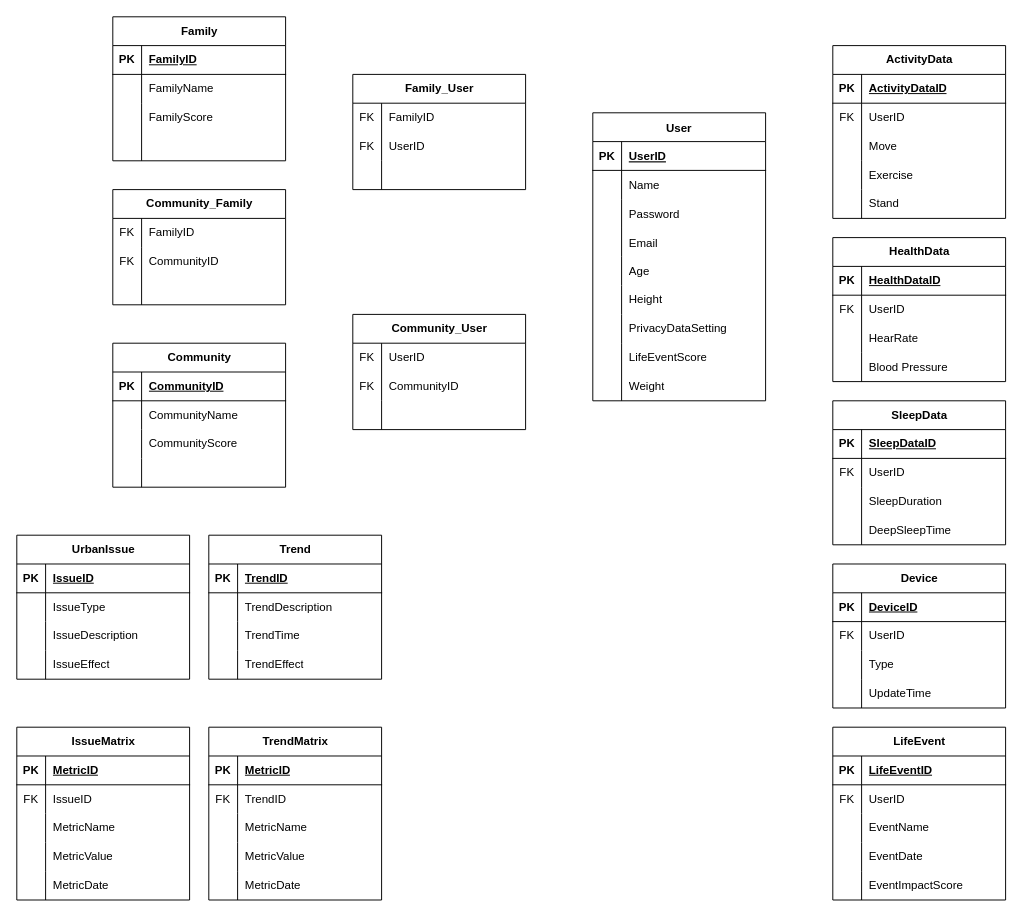
The draw.io diagram 1/INFO 5100/Asmts/Group Assignment 1/Deliverables/Database Schema.drawio in yfeng445/NEU, before the edit. Source tidied: cells renumbered, new cells numbered last; positions are measured from the earlier drawing's top-left corner, leaving out a move shared by most shapes. Both pictures are drawn from the tidied source at 96%, with x=0, y=0 at pixel (16, 16).
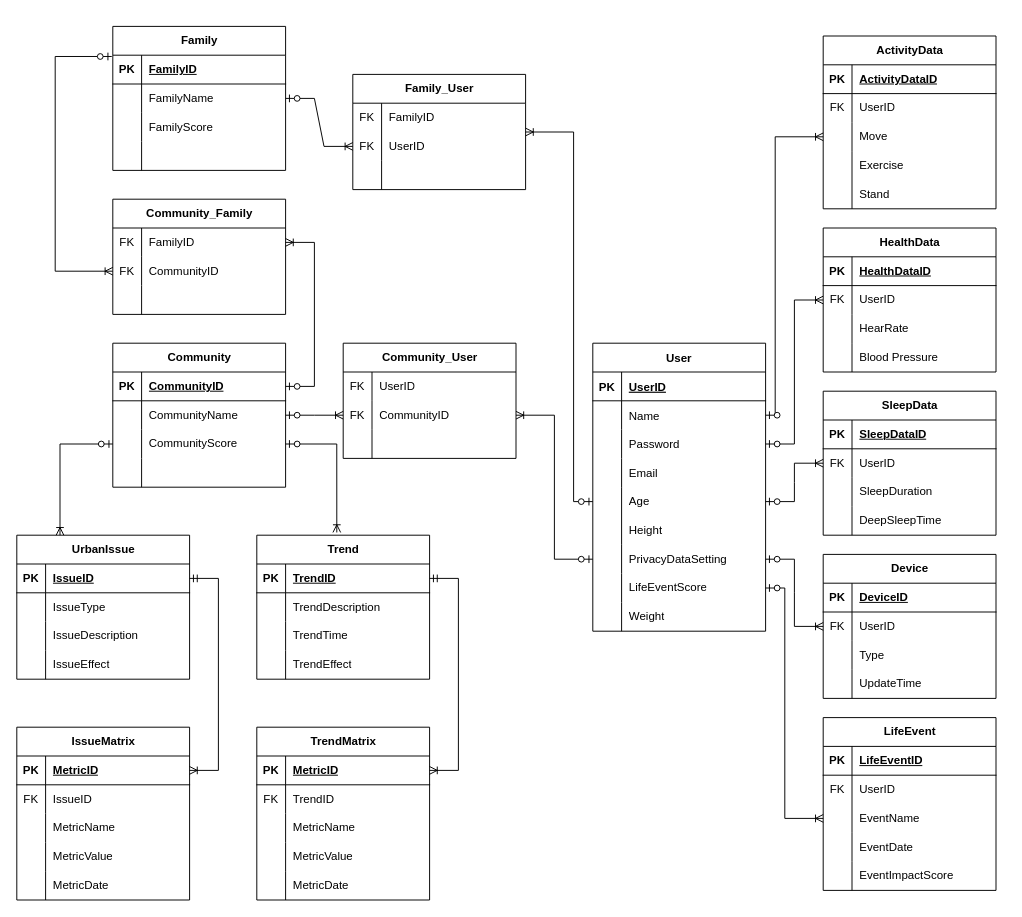
Above is the later version.

Unchanged cells that the change refers to:
```xml
<mxCell id="6" style="shape=tableRow;horizontal=0;startSize=0;swimlaneHead=0;swimlaneBody=0;fillColor=none;points=[[0,0.5],[1,0.5]];portConstraint=eastwest;top=0;left=0;right=0;bottom=0;" parent="2" vertex="1">
  <mxGeometry y="60" width="180" height="30" as="geometry" />
</mxCell>
<mxCell id="9" style="shape=tableRow;horizontal=0;startSize=0;swimlaneHead=0;swimlaneBody=0;fillColor=none;points=[[0,0.5],[1,0.5]];portConstraint=eastwest;top=0;left=0;right=0;bottom=0;" parent="2" vertex="1">
  <mxGeometry y="90" width="180" height="30" as="geometry" />
</mxCell>
<mxCell id="15" style="shape=tableRow;horizontal=0;startSize=0;swimlaneHead=0;swimlaneBody=0;fillColor=none;points=[[0,0.5],[1,0.5]];portConstraint=eastwest;top=0;left=0;right=0;bottom=0;" parent="2" vertex="1">
  <mxGeometry y="150" width="180" height="30" as="geometry" />
</mxCell>
<mxCell id="21" style="shape=tableRow;horizontal=0;startSize=0;swimlaneHead=0;swimlaneBody=0;fillColor=none;points=[[0,0.5],[1,0.5]];portConstraint=eastwest;top=0;left=0;right=0;bottom=0;" parent="2" vertex="1">
  <mxGeometry y="210" width="180" height="30" as="geometry" />
</mxCell>
<mxCell id="24" style="shape=tableRow;horizontal=0;startSize=0;swimlaneHead=0;swimlaneBody=0;fillColor=none;points=[[0,0.5],[1,0.5]];portConstraint=eastwest;top=0;left=0;right=0;bottom=0;" parent="2" vertex="1">
  <mxGeometry y="240" width="180" height="30" as="geometry" />
</mxCell>
<mxCell id="34" style="shape=tableRow;horizontal=0;startSize=0;swimlaneHead=0;swimlaneBody=0;fillColor=none;points=[[0,0.5],[1,0.5]];portConstraint=eastwest;top=0;left=0;right=0;bottom=0;" parent="30" vertex="1">
  <mxGeometry y="60" width="180" height="30" as="geometry" />
</mxCell>
<mxCell id="44" style="shape=tableRow;horizontal=0;startSize=0;swimlaneHead=0;swimlaneBody=0;fillColor=none;points=[[0,0.5],[1,0.5]];portConstraint=eastwest;top=0;left=0;right=0;bottom=1;" parent="43" vertex="1">
  <mxGeometry y="30" width="180" height="30" as="geometry" />
</mxCell>
<mxCell id="47" style="shape=tableRow;horizontal=0;startSize=0;swimlaneHead=0;swimlaneBody=0;fillColor=none;points=[[0,0.5],[1,0.5]];portConstraint=eastwest;top=0;left=0;right=0;bottom=0;" parent="43" vertex="1">
  <mxGeometry y="60" width="180" height="30" as="geometry" />
</mxCell>
<mxCell id="50" style="shape=tableRow;horizontal=0;startSize=0;swimlaneHead=0;swimlaneBody=0;fillColor=none;points=[[0,0.5],[1,0.5]];portConstraint=eastwest;top=0;left=0;right=0;bottom=0;" parent="43" vertex="1">
  <mxGeometry y="90" width="180" height="30" as="geometry" />
</mxCell>
<mxCell id="56" value="UrbanIssue" style="shape=table;startSize=30;childLayout=tableLayout;rowLines=0;fontStyle=1;align=center;html=1;" parent="1" vertex="1">
  <mxGeometry y="540" width="180" height="150" as="geometry" />
</mxCell>
<mxCell id="57" style="shape=tableRow;horizontal=0;startSize=0;swimlaneHead=0;swimlaneBody=0;fillColor=none;points=[[0,0.5],[1,0.5]];portConstraint=eastwest;top=0;left=0;right=0;bottom=1;" parent="56" vertex="1">
  <mxGeometry y="30" width="180" height="30" as="geometry" />
</mxCell>
<mxCell id="70" style="shape=tableRow;horizontal=0;startSize=0;swimlaneHead=0;swimlaneBody=0;fillColor=none;points=[[0,0.5],[1,0.5]];portConstraint=eastwest;top=0;left=0;right=0;bottom=1;" parent="69" vertex="1">
  <mxGeometry y="30" width="180" height="30" as="geometry" />
</mxCell>
<mxCell id="83" style="shape=tableRow;horizontal=0;startSize=0;swimlaneHead=0;swimlaneBody=0;fillColor=none;points=[[0,0.5],[1,0.5]];portConstraint=eastwest;top=0;left=0;right=0;bottom=1;" parent="82" vertex="1">
  <mxGeometry y="30" width="180" height="30" as="geometry" />
</mxCell>
<mxCell id="99" style="shape=tableRow;horizontal=0;startSize=0;swimlaneHead=0;swimlaneBody=0;fillColor=none;points=[[0,0.5],[1,0.5]];portConstraint=eastwest;top=0;left=0;right=0;bottom=1;" parent="98" vertex="1">
  <mxGeometry y="30" width="180" height="30" as="geometry" />
</mxCell>
<mxCell id="121" style="shape=tableRow;horizontal=0;startSize=0;swimlaneHead=0;swimlaneBody=0;fillColor=none;points=[[0,0.5],[1,0.5]];portConstraint=eastwest;top=0;left=0;right=0;bottom=0;" parent="114" vertex="1">
  <mxGeometry y="90" width="180" height="30" as="geometry" />
</mxCell>
<mxCell id="134" style="shape=tableRow;horizontal=0;startSize=0;swimlaneHead=0;swimlaneBody=0;fillColor=none;points=[[0,0.5],[1,0.5]];portConstraint=eastwest;top=0;left=0;right=0;bottom=0;" parent="130" vertex="1">
  <mxGeometry y="60" width="180" height="30" as="geometry" />
</mxCell>
<mxCell id="147" style="shape=tableRow;horizontal=0;startSize=0;swimlaneHead=0;swimlaneBody=0;fillColor=none;points=[[0,0.5],[1,0.5]];portConstraint=eastwest;top=0;left=0;right=0;bottom=0;" parent="143" vertex="1">
  <mxGeometry y="60" width="180" height="30" as="geometry" />
</mxCell>
<mxCell id="160" style="shape=tableRow;horizontal=0;startSize=0;swimlaneHead=0;swimlaneBody=0;fillColor=none;points=[[0,0.5],[1,0.5]];portConstraint=eastwest;top=0;left=0;right=0;bottom=0;" parent="156" vertex="1">
  <mxGeometry y="60" width="180" height="30" as="geometry" />
</mxCell>
<mxCell id="176" style="shape=tableRow;horizontal=0;startSize=0;swimlaneHead=0;swimlaneBody=0;fillColor=none;points=[[0,0.5],[1,0.5]];portConstraint=eastwest;top=0;left=0;right=0;bottom=0;" parent="169" vertex="1">
  <mxGeometry y="90" width="180" height="30" as="geometry" />
</mxCell>
<mxCell id="185" value="Family_User" style="shape=table;startSize=30;childLayout=tableLayout;rowLines=0;fontStyle=1;align=center;html=1;" parent="1" vertex="1">
  <mxGeometry x="350" y="60" width="180" height="120" as="geometry" />
</mxCell>
<mxCell id="189" style="shape=tableRow;horizontal=0;startSize=0;swimlaneHead=0;swimlaneBody=0;fillColor=none;points=[[0,0.5],[1,0.5]];portConstraint=eastwest;top=0;left=0;right=0;bottom=0;" parent="185" vertex="1">
  <mxGeometry y="60" width="180" height="30" as="geometry" />
</mxCell>
<mxCell id="196" style="shape=tableRow;horizontal=0;startSize=0;swimlaneHead=0;swimlaneBody=0;fillColor=none;points=[[0,0.5],[1,0.5]];portConstraint=eastwest;top=0;left=0;right=0;bottom=0;" parent="195" vertex="1">
  <mxGeometry y="30" width="180" height="30" as="geometry" />
</mxCell>
<mxCell id="199" style="shape=tableRow;horizontal=0;startSize=0;swimlaneHead=0;swimlaneBody=0;fillColor=none;points=[[0,0.5],[1,0.5]];portConstraint=eastwest;top=0;left=0;right=0;bottom=0;" parent="195" vertex="1">
  <mxGeometry y="60" width="180" height="30" as="geometry" />
</mxCell>
<mxCell id="209" style="shape=tableRow;horizontal=0;startSize=0;swimlaneHead=0;swimlaneBody=0;fillColor=none;points=[[0,0.5],[1,0.5]];portConstraint=eastwest;top=0;left=0;right=0;bottom=0;" parent="205" vertex="1">
  <mxGeometry y="60" width="180" height="30" as="geometry" />
</mxCell>
```

Diff of the diagram source:
```diff
@@
     <mxCell id="2" value="User" style="shape=table;startSize=30;childLayout=tableLayout;rowLines=0;fontStyle=1;align=center;" parent="1" vertex="1">
-      <mxGeometry x="600" y="100" width="180" height="300" as="geometry" />
+      <mxGeometry x="600" y="340" width="180" height="300" as="geometry" />
     </mxCell>
@@
     <mxCell id="30" value="Family" style="shape=table;startSize=30;childLayout=tableLayout;rowLines=0;fontStyle=1;align=center;html=1;" parent="1" vertex="1">
-      <mxGeometry x="100" width="180" height="150" as="geometry" />
+      <mxGeometry x="100" y="10" width="180" height="150" as="geometry" />
     </mxCell>
@@
     <mxCell id="69" value="Trend" style="shape=table;startSize=30;childLayout=tableLayout;rowLines=0;fontStyle=1;align=center;html=1;" parent="1" vertex="1">
-      <mxGeometry x="200" y="540" width="180" height="150" as="geometry" />
+      <mxGeometry x="250" y="540" width="180" height="150" as="geometry" />
     </mxCell>
@@
     <mxCell id="98" value="TrendMatrix" style="shape=table;startSize=30;childLayout=tableLayout;rowLines=0;fontStyle=1;align=center;html=1;" parent="1" vertex="1">
-      <mxGeometry x="200" y="740" width="180" height="180" as="geometry" />
+      <mxGeometry x="250" y="740" width="180" height="180" as="geometry" />
     </mxCell>
@@
     <mxCell id="114" value="ActivityData" style="shape=table;startSize=30;childLayout=tableLayout;rowLines=0;fontStyle=1;align=center;html=1;" parent="1" vertex="1">
-      <mxGeometry x="850" y="30" width="180" height="180" as="geometry" />
+      <mxGeometry x="840" y="20" width="180" height="180" as="geometry" />
     </mxCell>
@@
     <mxCell id="130" value="HealthData" style="shape=table;startSize=30;childLayout=tableLayout;rowLines=0;fontStyle=1;align=center;html=1;" parent="1" vertex="1">
-      <mxGeometry x="850" y="230" width="180" height="150" as="geometry" />
+      <mxGeometry x="840" y="220" width="180" height="150" as="geometry" />
     </mxCell>
@@
     <mxCell id="143" value="SleepData" style="shape=table;startSize=30;childLayout=tableLayout;rowLines=0;fontStyle=1;align=center;html=1;" parent="1" vertex="1">
-      <mxGeometry x="850" y="400" width="180" height="150" as="geometry" />
+      <mxGeometry x="840" y="390" width="180" height="150" as="geometry" />
     </mxCell>
@@
     <mxCell id="156" value="Device" style="shape=table;startSize=30;childLayout=tableLayout;rowLines=0;fontStyle=1;align=center;html=1;" parent="1" vertex="1">
-      <mxGeometry x="850" y="570" width="180" height="150" as="geometry" />
+      <mxGeometry x="840" y="560" width="180" height="150" as="geometry" />
     </mxCell>
@@
     <mxCell id="169" value="LifeEvent" style="shape=table;startSize=30;childLayout=tableLayout;rowLines=0;fontStyle=1;align=center;html=1;" parent="1" vertex="1">
-      <mxGeometry x="850" y="740" width="180" height="180" as="geometry" />
+      <mxGeometry x="840" y="730" width="180" height="180" as="geometry" />
     </mxCell>
@@
     <mxCell id="195" value="Community_&lt;span style=&quot;background-color: initial;&quot;&gt;Family&lt;/span&gt;" style="shape=table;startSize=30;childLayout=tableLayout;rowLines=0;fontStyle=1;align=center;html=1;" parent="1" vertex="1">
-      <mxGeometry x="100" y="180" width="180" height="120" as="geometry" />
+      <mxGeometry x="100" y="190" width="180" height="120" as="geometry" />
     </mxCell>
@@
     <mxCell id="205" value="Community_User" style="shape=table;startSize=30;childLayout=tableLayout;rowLines=0;fontStyle=1;align=center;html=1;" parent="1" vertex="1">
-      <mxGeometry x="350" y="310" width="180" height="120" as="geometry" />
+      <mxGeometry x="340" y="340" width="180" height="120" as="geometry" />
     </mxCell>
@@
+    <mxCell id="215" style="edgeStyle=orthogonalEdgeStyle;fontSize=12;html=1;endArrow=ERoneToMany;startArrow=ERzeroToOne;rounded=0;exitX=1;exitY=0.5;exitDx=0;exitDy=0;entryX=0;entryY=0.5;entryDx=0;entryDy=0;" parent="1" edge="1" source="6" target="121">
+      <mxGeometry relative="1" as="geometry">
+        <Array as="points">
+          <mxPoint x="790" y="415" />
+          <mxPoint x="790" y="125" />
+        </Array>
+      </mxGeometry>
+    </mxCell>
+    <mxCell id="216" style="edgeStyle=entityRelationEdgeStyle;fontSize=12;html=1;endArrow=ERoneToMany;startArrow=ERzeroToOne;rounded=0;exitX=1;exitY=0.5;exitDx=0;exitDy=0;entryX=0;entryY=0.5;entryDx=0;entryDy=0;" parent="1" edge="1" source="9" target="134">
+      <mxGeometry relative="1" as="geometry" />
+    </mxCell>
+    <mxCell id="217" style="edgeStyle=entityRelationEdgeStyle;fontSize=12;html=1;endArrow=ERoneToMany;startArrow=ERzeroToOne;rounded=0;exitX=1;exitY=0.5;exitDx=0;exitDy=0;entryX=0;entryY=0.5;entryDx=0;entryDy=0;" parent="1" edge="1" source="15" target="147">
+      <mxGeometry relative="1" as="geometry" />
+    </mxCell>
+    <mxCell id="218" style="edgeStyle=entityRelationEdgeStyle;fontSize=12;html=1;endArrow=ERoneToMany;startArrow=ERzeroToOne;rounded=0;exitX=1;exitY=0.5;exitDx=0;exitDy=0;entryX=0;entryY=0.5;entryDx=0;entryDy=0;" parent="1" edge="1" source="21" target="160">
+      <mxGeometry relative="1" as="geometry" />
+    </mxCell>
+    <mxCell id="219" style="edgeStyle=orthogonalEdgeStyle;fontSize=12;html=1;endArrow=ERoneToMany;startArrow=ERzeroToOne;rounded=0;exitX=1;exitY=0.5;exitDx=0;exitDy=0;entryX=0;entryY=0.5;entryDx=0;entryDy=0;" parent="1" edge="1" source="24" target="176">
+      <mxGeometry relative="1" as="geometry">
+        <Array as="points">
+          <mxPoint x="800" y="595" />
+          <mxPoint x="800" y="835" />
+        </Array>
+      </mxGeometry>
+    </mxCell>
+    <mxCell id="220" style="edgeStyle=entityRelationEdgeStyle;fontSize=12;html=1;endArrow=ERoneToMany;startArrow=ERzeroToOne;rounded=0;exitX=1;exitY=0.5;exitDx=0;exitDy=0;entryX=0;entryY=0.5;entryDx=0;entryDy=0;" parent="1" edge="1" source="34" target="189">
+      <mxGeometry relative="1" as="geometry" />
+    </mxCell>
+    <mxCell id="221" style="edgeStyle=orthogonalEdgeStyle;fontSize=12;html=1;endArrow=ERoneToMany;startArrow=ERzeroToOne;rounded=0;exitX=0;exitY=0.5;exitDx=0;exitDy=0;entryX=1;entryY=0.5;entryDx=0;entryDy=0;" parent="1" edge="1" source="15" target="185">
+      <mxGeometry relative="1" as="geometry">
+        <Array as="points">
+          <mxPoint x="580" y="505" />
+          <mxPoint x="580" y="120" />
+        </Array>
+      </mxGeometry>
+    </mxCell>
+    <mxCell id="222" style="edgeStyle=orthogonalEdgeStyle;fontSize=12;html=1;endArrow=ERoneToMany;startArrow=ERzeroToOne;rounded=0;exitX=0;exitY=0.5;exitDx=0;exitDy=0;entryX=1;entryY=0.5;entryDx=0;entryDy=0;" parent="1" edge="1" source="21" target="209">
+      <mxGeometry relative="1" as="geometry" />
+    </mxCell>
+    <mxCell id="223" style="edgeStyle=entityRelationEdgeStyle;fontSize=12;html=1;endArrow=ERoneToMany;startArrow=ERzeroToOne;rounded=0;exitX=1;exitY=0.5;exitDx=0;exitDy=0;entryX=0;entryY=0.5;entryDx=0;entryDy=0;" parent="1" edge="1" source="47" target="209">
+      <mxGeometry relative="1" as="geometry" />
+    </mxCell>
+    <mxCell id="224" style="edgeStyle=entityRelationEdgeStyle;fontSize=12;html=1;endArrow=ERoneToMany;startArrow=ERzeroToOne;rounded=0;exitX=1;exitY=0.5;exitDx=0;exitDy=0;entryX=1;entryY=0.5;entryDx=0;entryDy=0;" parent="1" edge="1" source="44" target="196">
+      <mxGeometry relative="1" as="geometry">
+        <Array as="points">
+          <mxPoint x="220" y="315" />
+          <mxPoint y="400" />
+          <mxPoint x="-30" y="345" />
+        </Array>
+      </mxGeometry>
+    </mxCell>
+    <mxCell id="225" style="edgeStyle=elbowEdgeStyle;fontSize=12;html=1;endArrow=ERoneToMany;startArrow=ERzeroToOne;rounded=0;exitX=-0.006;exitY=0.209;exitDx=0;exitDy=0;exitPerimeter=0;entryX=0;entryY=0.5;entryDx=0;entryDy=0;" parent="1" edge="1" source="30" target="199">
+      <mxGeometry relative="1" as="geometry">
+        <Array as="points">
+          <mxPoint x="40" y="150" />
+        </Array>
+      </mxGeometry>
+    </mxCell>
+    <mxCell id="226" style="edgeStyle=entityRelationEdgeStyle;fontSize=12;html=1;endArrow=ERoneToMany;startArrow=ERmandOne;rounded=0;entryX=1;entryY=0.5;entryDx=0;entryDy=0;exitX=1;exitY=0.5;exitDx=0;exitDy=0;" parent="1" edge="1" source="57" target="83">
+      <mxGeometry relative="1" as="geometry" />
+    </mxCell>
+    <mxCell id="227" style="edgeStyle=entityRelationEdgeStyle;fontSize=12;html=1;endArrow=ERoneToMany;startArrow=ERmandOne;rounded=0;entryX=1;entryY=0.5;entryDx=0;entryDy=0;exitX=1;exitY=0.5;exitDx=0;exitDy=0;" parent="1" edge="1" source="70" target="99">
+      <mxGeometry relative="1" as="geometry" />
+    </mxCell>
+    <mxCell id="228" style="edgeStyle=orthogonalEdgeStyle;fontSize=12;html=1;endArrow=ERoneToMany;startArrow=ERzeroToOne;rounded=0;exitX=0;exitY=0.5;exitDx=0;exitDy=0;entryX=0.25;entryY=0;entryDx=0;entryDy=0;" parent="1" edge="1" source="50" target="56">
+      <mxGeometry relative="1" as="geometry" />
+    </mxCell>
+    <mxCell id="229" style="edgeStyle=orthogonalEdgeStyle;fontSize=12;html=1;endArrow=ERoneToMany;startArrow=ERzeroToOne;rounded=0;exitX=1;exitY=0.5;exitDx=0;exitDy=0;entryX=0.463;entryY=-0.019;entryDx=0;entryDy=0;entryPerimeter=0;" parent="1" edge="1" source="50" target="69">
+      <mxGeometry relative="1" as="geometry" />
+    </mxCell>
```
